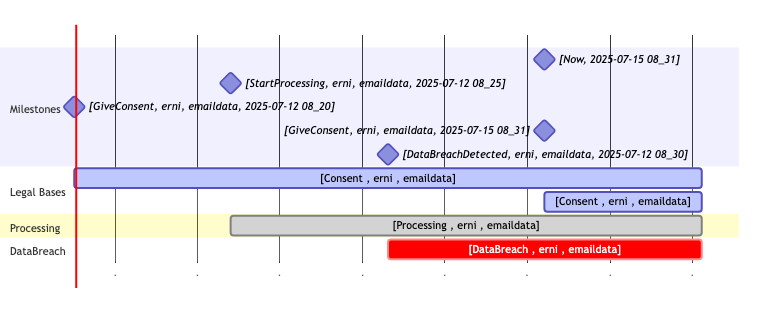
The Mermaid diagram gdpr/report/MC_DeadlineViolation.png in Prof-it/formal-verification, before a commit. Its source is kept beside it as gdpr/report/MC_DeadlineViolation.mmd.
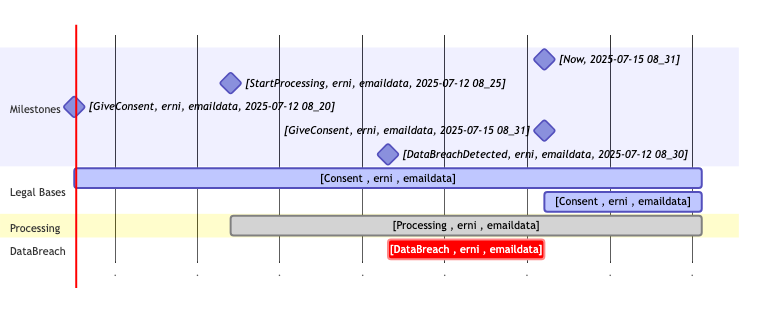
Above is the later version.

What changed in the source:
```diff
@@ -17,4 +17,4 @@
     [Processing , erni , emaildata] :done, id7, 2120-08-16 01:51, 2405-11-28 06:27
 
     section DataBreach
-    [DataBreach , erni , emaildata] :crit, id8, 2215-09-20 19:23, 2405-11-28 06:27
+    [DataBreach , erni , emaildata] :crit, id8, 2215-09-20 19:23, 2310-10-25 12:55
```
